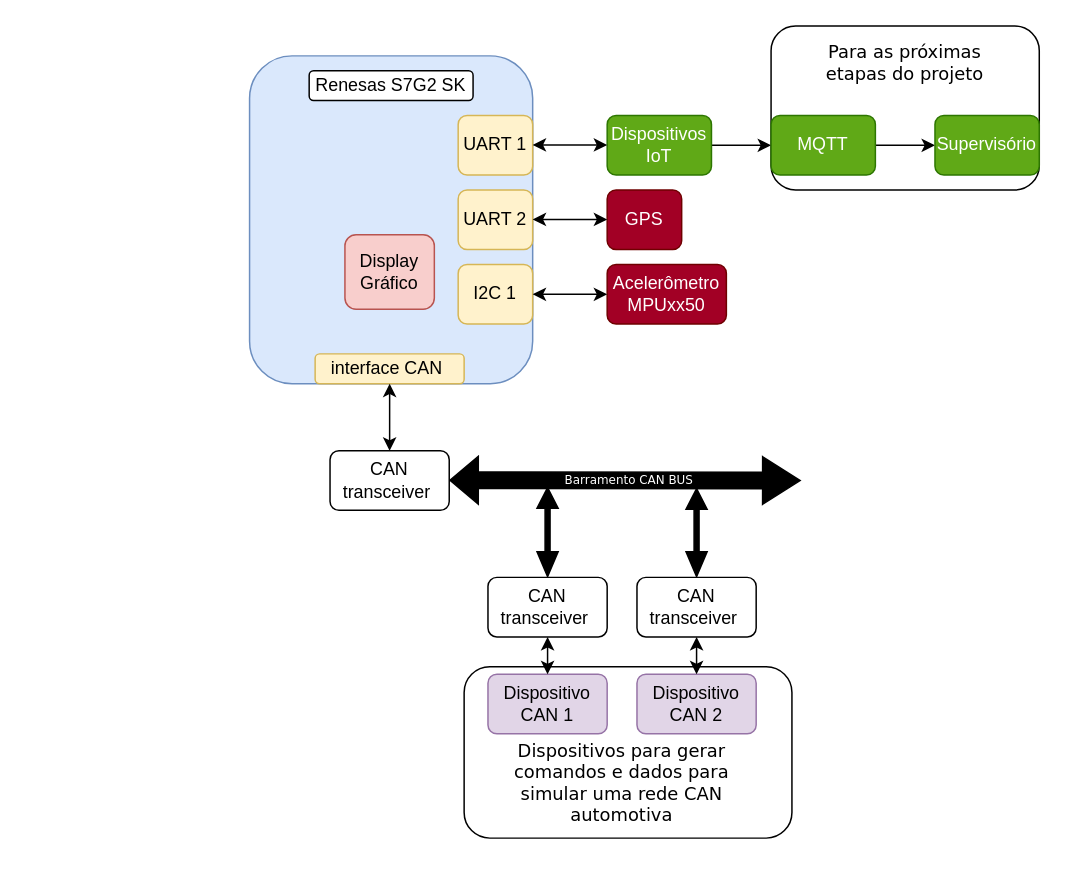
Before: Projeto LEDA.drawio in icarofcb/Projeto-LEDA, a draw.io diagram. Source tidied: cells renumbered, new cells numbered last; positions are measured from the earlier drawing's top-left corner, leaving out a move shared by most shapes. Both pictures are drawn from the tidied source at 149%, with x=0, y=0 at pixel (249, 25).
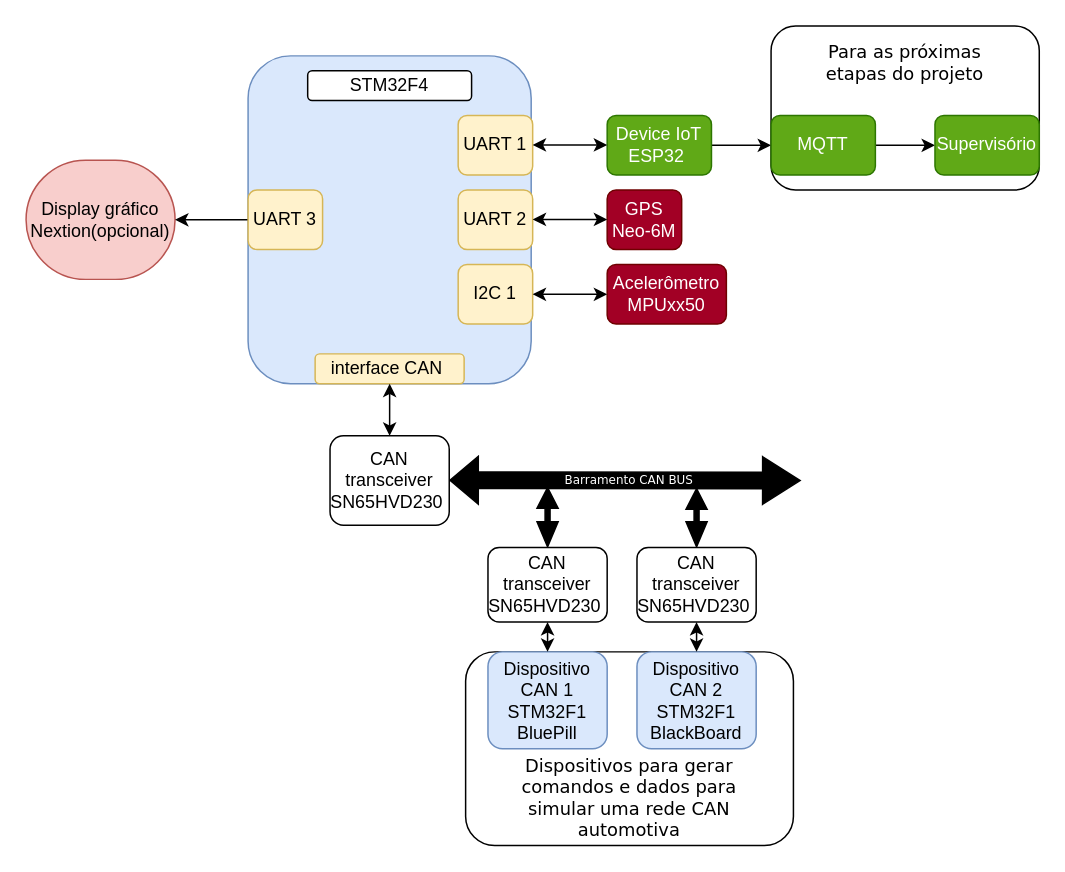
The same diagram, later.

Unchanged cells that the change refers to:
```xml
<mxCell id="27" value="&lt;font color=&quot;#ffffff&quot;&gt;Barramento CAN BUS&lt;/font&gt;" style="text;html=1;strokeColor=none;fillColor=none;align=center;verticalAlign=middle;whiteSpace=wrap;rounded=0;labelBackgroundColor=none;fontFamily=Verdana;fontSize=8;fontColor=#000000;" parent="1" vertex="1">
  <mxGeometry x="200" y="290" width="110" height="30" as="geometry" />
</mxCell>
```

Change to the diagram source:
```diff
@@
+    <mxCell id="36" style="rounded=1;whiteSpace=wrap;html=1;fillColor=#dae8fc;strokeColor=#6c8ebf;" parent="1" vertex="1">
+      <mxGeometry x="-1" y="20" width="190" height="220" as="geometry" />
+    </mxCell>
+    <mxCell id="37" value="STM32F4" style="rounded=1;whiteSpace=wrap;html=1;" parent="1" vertex="1">
+      <mxGeometry x="39" y="30" width="110" height="20" as="geometry" />
+    </mxCell>
     <mxCell id="2" value="&lt;div style=&quot;&quot;&gt;&lt;br&gt;&lt;/div&gt;&lt;div style=&quot;&quot;&gt;&lt;br&gt;&lt;/div&gt;" style="rounded=1;whiteSpace=wrap;html=1;labelBackgroundColor=none;fontFamily=Verdana;fontColor=#FFFFFF;gradientColor=none;align=center;" parent="1" vertex="1">
-      <mxGeometry x="144" y="430" width="220" height="115" as="geometry" />
+      <mxGeometry x="145" y="420" width="220" height="130" as="geometry" />
     </mxCell>
@@
-    <mxCell id="4" style="rounded=1;whiteSpace=wrap;html=1;fillColor=#dae8fc;strokeColor=#6c8ebf;" parent="1" vertex="1">
-      <mxGeometry y="20" width="190" height="220" as="geometry" />
-    </mxCell>
-    <mxCell id="5" value="Renesas S7G2 SK" style="rounded=1;whiteSpace=wrap;html=1;" parent="1" vertex="1">
-      <mxGeometry x="40" y="30" width="110" height="20" as="geometry" />
-    </mxCell>
@@
-    <mxCell id="7" value="Display&lt;br&gt;Gráfico" style="rounded=1;whiteSpace=wrap;html=1;fillColor=#f8cecc;strokeColor=#b85450;" parent="1" vertex="1">
-      <mxGeometry x="64" y="140" width="60" height="50" as="geometry" />
+    <mxCell id="7" value="Display gráfico Nextion(opcional)" style="rounded=1;whiteSpace=wrap;html=1;fillColor=#f8cecc;strokeColor=#b85450;arcSize=50;" parent="1" vertex="1">
+      <mxGeometry x="-150" y="90" width="100" height="80" as="geometry" />
     </mxCell>
@@
-    <mxCell id="9" value="GPS" style="rounded=1;whiteSpace=wrap;html=1;fillColor=#a20025;fontColor=#ffffff;strokeColor=#6F0000;" parent="1" vertex="1">
+    <mxCell id="9" value="GPS Neo-6M" style="rounded=1;whiteSpace=wrap;html=1;fillColor=#a20025;fontColor=#ffffff;strokeColor=#6F0000;" parent="1" vertex="1">
       <mxGeometry x="240" y="110" width="50" height="40" as="geometry" />
     </mxCell>
@@
-    <mxCell id="14" value="Dispositivos&lt;br&gt;IoT" style="rounded=1;whiteSpace=wrap;html=1;fillColor=#60a917;strokeColor=#2D7600;fontColor=#ffffff;" parent="1" vertex="1">
+    <mxCell id="14" value="Device IoT&lt;br&gt;ESP32&amp;nbsp;" style="rounded=1;whiteSpace=wrap;html=1;fillColor=#60a917;strokeColor=#2D7600;fontColor=#ffffff;" parent="1" vertex="1">
       <mxGeometry x="240" y="60" width="70" height="40" as="geometry" />
     </mxCell>
-    <mxCell id="15" value="CAN transceiver&amp;nbsp;" style="rounded=1;whiteSpace=wrap;html=1;gradientColor=none;" parent="1" vertex="1">
-      <mxGeometry x="54" y="285" width="80" height="40" as="geometry" />
+    <mxCell id="15" value="CAN transceiver&lt;br&gt;SN65HVD230&amp;nbsp;" style="rounded=1;whiteSpace=wrap;html=1;gradientColor=none;" parent="1" vertex="1">
+      <mxGeometry x="54" y="275" width="80" height="60" as="geometry" />
     </mxCell>
@@
-    <mxCell id="18" value="Dispositivo&lt;br&gt;CAN 1" style="rounded=1;whiteSpace=wrap;html=1;fillColor=#e1d5e7;strokeColor=#9673a6;" parent="1" vertex="1">
-      <mxGeometry x="160" y="435" width="80" height="40" as="geometry" />
+    <mxCell id="18" value="Dispositivo&lt;br&gt;CAN 1&lt;br&gt;STM32F1&lt;br&gt;BluePill" style="rounded=1;whiteSpace=wrap;html=1;fillColor=#dae8fc;strokeColor=#6c8ebf;" parent="1" vertex="1">
+      <mxGeometry x="160" y="420" width="80" height="65" as="geometry" />
     </mxCell>
-    <mxCell id="19" style="shape=flexArrow;endArrow=classic;startArrow=classic;html=1;rounded=0;fontFamily=Verdana;fontColor=#FFFFFF;fillColor=#000000;width=3.333333333333333;endSize=4.271428571428571;endWidth=9.841269841269842;startWidth=9.841269841269842;startSize=5.2523809523809515;entryX=0;entryY=0.641;entryDx=0;entryDy=0;entryPerimeter=0;" parent="1" edge="1" target="27">
-      <mxGeometry relative="1" as="geometry">
-        <mxPoint x="200" y="370" as="sourcePoint" />
-      </mxGeometry>
+    <mxCell id="19" style="shape=flexArrow;endArrow=classic;startArrow=classic;html=1;rounded=0;fontFamily=Verdana;fontColor=#FFFFFF;fillColor=#000000;width=3.333333333333333;endSize=4.271428571428571;endWidth=9.841269841269842;startWidth=9.841269841269842;startSize=5.2523809523809515;entryX=0;entryY=0.641;entryDx=0;entryDy=0;entryPerimeter=0;exitX=0.5;exitY=0;exitDx=0;exitDy=0;" parent="1" edge="1" source="28" target="27">
+      <mxGeometry relative="1" as="geometry" />
     </mxCell>
-    <mxCell id="20" value="Dispositivo&lt;br&gt;CAN 2" style="rounded=1;whiteSpace=wrap;html=1;fillColor=#e1d5e7;strokeColor=#9673a6;" parent="1" vertex="1">
-      <mxGeometry x="260" y="435" width="80" height="40" as="geometry" />
+    <mxCell id="20" value="Dispositivo&lt;br&gt;CAN 2 STM32F1&lt;br&gt;BlackBoard" style="rounded=1;whiteSpace=wrap;html=1;fillColor=#dae8fc;strokeColor=#6c8ebf;" parent="1" vertex="1">
+      <mxGeometry x="260" y="420" width="80" height="65" as="geometry" />
     </mxCell>
-    <mxCell id="21" style="shape=flexArrow;endArrow=classic;startArrow=classic;html=1;rounded=0;fontFamily=Verdana;fontColor=#FFFFFF;fillColor=#000000;width=3.333333333333333;endSize=4.271428571428571;endWidth=9.841269841269842;startWidth=9.841269841269842;startSize=5.2523809523809515;" parent="1" edge="1">
+    <mxCell id="21" style="shape=flexArrow;endArrow=classic;startArrow=classic;html=1;rounded=0;fontFamily=Verdana;fontColor=#FFFFFF;fillColor=#000000;width=3.333333333333333;endSize=4.271428571428571;endWidth=9.841269841269842;startWidth=9.841269841269842;startSize=5.2523809523809515;exitX=0.5;exitY=0;exitDx=0;exitDy=0;" parent="1" edge="1" source="29">
       <mxGeometry relative="1" as="geometry">
-        <mxPoint x="300" y="370" as="sourcePoint" />
         <mxPoint x="300" y="310" as="targetPoint" />
       </mxGeometry>
     </mxCell>
     <mxCell id="22" value="Dispositivos para gerar comandos e dados para simular uma rede CAN automotiva" style="text;html=1;align=center;verticalAlign=middle;whiteSpace=wrap;rounded=0;labelBackgroundColor=none;fontFamily=Verdana;" parent="1" vertex="1">
-      <mxGeometry x="160" y="475" width="180" height="65" as="geometry" />
+      <mxGeometry x="165" y="485" width="180" height="65" as="geometry" />
     </mxCell>
@@
-    <mxCell id="28" value="CAN transceiver&amp;nbsp;" style="rounded=1;whiteSpace=wrap;html=1;gradientColor=none;" parent="1" vertex="1">
-      <mxGeometry x="160" y="370" width="80" height="40" as="geometry" />
+    <mxCell id="28" value="CAN transceiver&lt;br&gt;SN65HVD230&amp;nbsp;" style="rounded=1;whiteSpace=wrap;html=1;gradientColor=none;" parent="1" vertex="1">
+      <mxGeometry x="160" y="350" width="80" height="50" as="geometry" />
     </mxCell>
-    <mxCell id="29" value="CAN transceiver&amp;nbsp;" style="rounded=1;whiteSpace=wrap;html=1;gradientColor=none;" parent="1" vertex="1">
-      <mxGeometry x="260" y="370" width="80" height="40" as="geometry" />
+    <mxCell id="29" value="CAN transceiver&lt;br&gt;SN65HVD230&amp;nbsp;" style="rounded=1;whiteSpace=wrap;html=1;gradientColor=none;" parent="1" vertex="1">
+      <mxGeometry x="260" y="350" width="80" height="50" as="geometry" />
     </mxCell>
@@
+    <mxCell id="38" style="edgeStyle=orthogonalEdgeStyle;rounded=0;jettySize=auto;html=1;" parent="1" edge="1" source="39" target="7">
+      <mxGeometry relative="1" as="geometry" />
+    </mxCell>
+    <mxCell id="39" value="UART 3" style="rounded=1;whiteSpace=wrap;html=1;fillColor=#fff2cc;strokeColor=#d6b656;" parent="1" vertex="1">
+      <mxGeometry x="-1" y="110" width="50" height="40" as="geometry" />
+    </mxCell>
```
